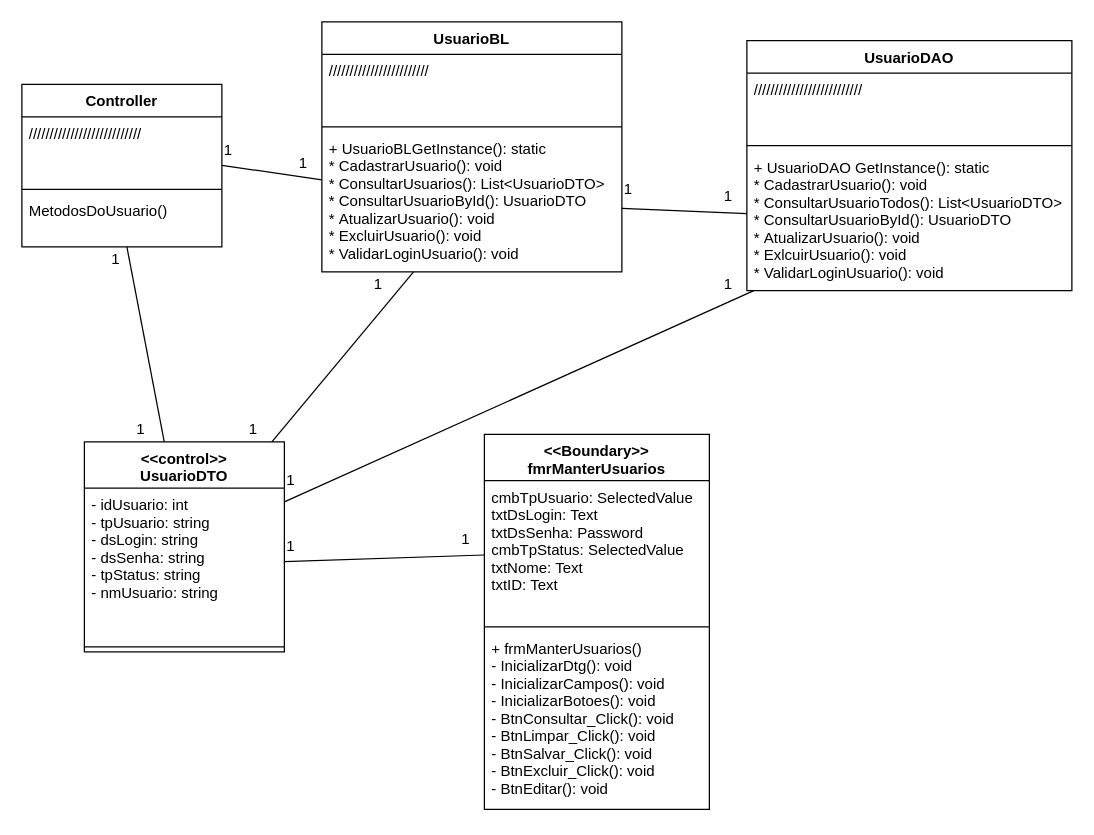
Earlier version of the draw.io diagram Documentação/Diagramas/Diagrama de Classes/ManterUsuarios.drawio (System4Developers/pimADS4). Source tidied: cells renumbered, new cells numbered last; positions are measured from the earlier drawing's top-left corner, leaving out a move shared by most shapes. Both pictures are drawn from the tidied source at 125%, with x=0, y=0 at pixel (21, 21).
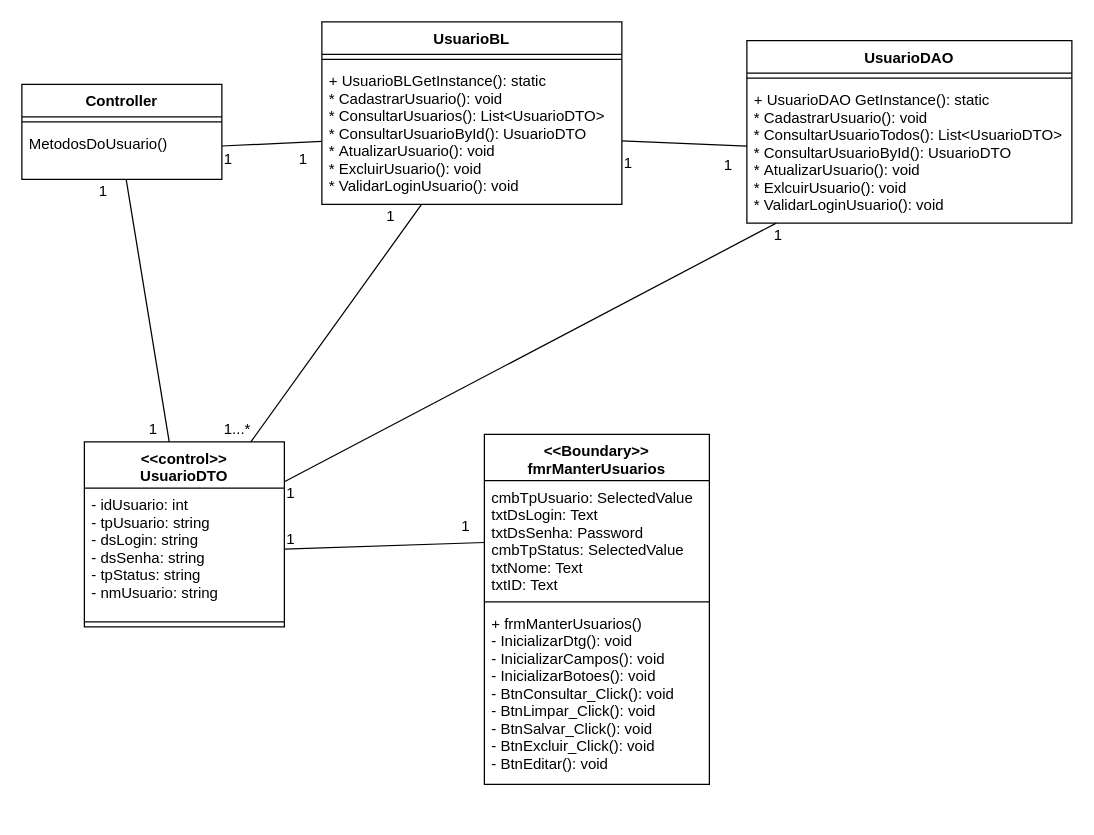
The same page after the edit.

Change to the diagram source:
```diff
@@
     <mxCell id="2" value="&lt;&lt;Boundary&gt;&gt;&#10;fmrManterUsuarios" style="swimlane;fontStyle=1;align=center;verticalAlign=top;horizontal=1;startSize=37;" parent="1" vertex="1">
-      <mxGeometry x="370" y="330" width="180" height="300" as="geometry" />
+      <mxGeometry x="370" y="330" width="180" height="280" as="geometry" />
     </mxCell>
     <mxCell id="3" value="cmbTpUsuario: SelectedValue&#10;txtDsLogin: Text&#10;txtDsSenha: Password &#10;cmbTpStatus: SelectedValue&#10;txtNome: Text &#10;txtID: Text" style="text;strokeColor=none;fillColor=none;align=left;verticalAlign=top;spacingLeft=4;spacingRight=4;overflow=hidden;points=[[0,0.5],[1,0.5]];portConstraint=eastwest;" parent="2" vertex="1">
-      <mxGeometry y="37" width="180" height="113" as="geometry" />
+      <mxGeometry y="37" width="180" height="93" as="geometry" />
     </mxCell>
     <mxCell id="4" style="line;strokeWidth=1;fillColor=none;align=left;verticalAlign=middle;spacingTop=-1;spacingLeft=3;spacingRight=3;labelPosition=right;" parent="2" vertex="1">
-      <mxGeometry y="150" width="180" height="8" as="geometry" />
+      <mxGeometry y="130" width="180" height="8" as="geometry" />
     </mxCell>
     <mxCell id="5" value="+ frmManterUsuarios()&#10;- InicializarDtg(): void&#10;- InicializarCampos(): void&#10;- InicializarBotoes(): void&#10;- BtnConsultar_Click(): void&#10;- BtnLimpar_Click(): void&#10;- BtnSalvar_Click(): void&#10;- BtnExcluir_Click(): void&#10;- BtnEditar(): void" style="text;strokeColor=none;fillColor=none;align=left;verticalAlign=top;spacingLeft=4;spacingRight=4;overflow=hidden;" parent="2" vertex="1">
-      <mxGeometry y="158" width="180" height="142" as="geometry" />
+      <mxGeometry y="138" width="180" height="142" as="geometry" />
     </mxCell>
     <mxCell id="6" value="&lt;&lt;control&gt;&gt;&#10;UsuarioDTO" style="swimlane;fontStyle=1;align=center;verticalAlign=top;horizontal=1;startSize=37;" parent="1" vertex="1">
-      <mxGeometry x="50" y="336" width="160" height="168" as="geometry" />
+      <mxGeometry x="50" y="336" width="160" height="148" as="geometry" />
     </mxCell>
     <mxCell id="7" value="- idUsuario: int&#10;- tpUsuario: string&#10;- dsLogin: string&#10;- dsSenha: string&#10;- tpStatus: string&#10;- nmUsuario: string" style="text;strokeColor=none;fillColor=none;align=left;verticalAlign=top;spacingLeft=4;spacingRight=4;overflow=hidden;points=[[0,0.5],[1,0.5]];portConstraint=eastwest;" parent="6" vertex="1">
-      <mxGeometry y="37" width="160" height="123" as="geometry" />
+      <mxGeometry y="37" width="160" height="103" as="geometry" />
     </mxCell>
     <mxCell id="8" style="line;strokeWidth=1;fillColor=none;align=left;verticalAlign=middle;spacingTop=-1;spacingLeft=3;spacingRight=3;labelPosition=right;" parent="6" vertex="1">
-      <mxGeometry y="160" width="160" height="8" as="geometry" />
+      <mxGeometry y="140" width="160" height="8" as="geometry" />
     </mxCell>
     <mxCell id="9" value="Controller" style="swimlane;fontStyle=1;align=center;verticalAlign=top;horizontal=1;startSize=26;" parent="1" vertex="1">
-      <mxGeometry y="50" width="160" height="130" as="geometry" />
+      <mxGeometry y="50" width="160" height="76" as="geometry" />
     </mxCell>
-    <mxCell id="10" value="///////////////////////////" style="text;strokeColor=none;fillColor=none;align=left;verticalAlign=top;spacingLeft=4;spacingRight=4;overflow=hidden;points=[[0,0.5],[1,0.5]];portConstraint=eastwest;" parent="9" vertex="1">
-      <mxGeometry y="26" width="160" height="54" as="geometry" />
-    </mxCell>
     <mxCell id="11" style="line;strokeWidth=1;fillColor=none;align=left;verticalAlign=middle;spacingTop=-1;spacingLeft=3;spacingRight=3;labelPosition=right;" parent="9" vertex="1">
-      <mxGeometry y="80" width="160" height="8" as="geometry" />
+      <mxGeometry y="26" width="160" height="8" as="geometry" />
     </mxCell>
     <mxCell id="12" value="MetodosDoUsuario()" style="text;strokeColor=none;fillColor=none;align=left;verticalAlign=top;spacingLeft=4;spacingRight=4;overflow=hidden;points=[[0,0.5],[1,0.5]];portConstraint=eastwest;" parent="9" vertex="1">
-      <mxGeometry y="88" width="160" height="42" as="geometry" />
+      <mxGeometry y="34" width="160" height="42" as="geometry" />
     </mxCell>
     <mxCell id="13" value="UsuarioBL" style="swimlane;fontStyle=1;align=center;verticalAlign=top;horizontal=1;startSize=26;" parent="1" vertex="1">
-      <mxGeometry x="240" width="240" height="200" as="geometry" />
+      <mxGeometry x="240" width="240" height="146" as="geometry" />
     </mxCell>
-    <mxCell id="14" value="////////////////////////" style="text;strokeColor=none;fillColor=none;align=left;verticalAlign=top;spacingLeft=4;spacingRight=4;overflow=hidden;" parent="13" vertex="1">
-      <mxGeometry y="26" width="240" height="54" as="geometry" />
-    </mxCell>
     <mxCell id="15" style="line;strokeWidth=1;fillColor=none;align=left;verticalAlign=middle;spacingTop=-1;spacingLeft=3;spacingRight=3;labelPosition=right;" parent="13" vertex="1">
-      <mxGeometry y="80" width="240" height="8" as="geometry" />
+      <mxGeometry y="26" width="240" height="8" as="geometry" />
     </mxCell>
     <mxCell id="16" value="+ UsuarioBLGetInstance(): static&#10;* CadastrarUsuario(): void&#10;* ConsultarUsuarios(): List&lt;UsuarioDTO&gt;&#10;* ConsultarUsuarioById(): UsuarioDTO&#10;* AtualizarUsuario(): void&#10;* ExcluirUsuario(): void&#10;* ValidarLoginUsuario(): void&#10;" style="text;strokeColor=none;fillColor=none;align=left;verticalAlign=top;spacingLeft=4;spacingRight=4;overflow=hidden;points=[[0,0.5],[1,0.5]];portConstraint=eastwest;" parent="13" vertex="1">
-      <mxGeometry y="88" width="240" height="112" as="geometry" />
+      <mxGeometry y="34" width="240" height="112" as="geometry" />
     </mxCell>
     <mxCell id="17" value="UsuarioDAO" style="swimlane;fontStyle=1;align=center;verticalAlign=top;horizontal=1;startSize=26;" parent="1" vertex="1">
-      <mxGeometry x="580" y="15" width="260" height="200" as="geometry" />
+      <mxGeometry x="580" y="15" width="260" height="146" as="geometry" />
     </mxCell>
-    <mxCell id="18" value="//////////////////////////" style="text;strokeColor=none;fillColor=none;align=left;verticalAlign=top;spacingLeft=4;spacingRight=4;overflow=hidden;" parent="17" vertex="1">
-      <mxGeometry y="26" width="260" height="54" as="geometry" />
-    </mxCell>
     <mxCell id="19" style="line;strokeWidth=1;fillColor=none;align=left;verticalAlign=middle;spacingTop=-1;spacingLeft=3;spacingRight=3;labelPosition=right;" parent="17" vertex="1">
-      <mxGeometry y="80" width="260" height="8" as="geometry" />
+      <mxGeometry y="26" width="260" height="8" as="geometry" />
     </mxCell>
     <mxCell id="20" value="+ UsuarioDAO GetInstance(): static&#10;* CadastrarUsuario(): void&#10;* ConsultarUsuarioTodos(): List&lt;UsuarioDTO&gt;&#10;* ConsultarUsuarioById(): UsuarioDTO&#10;* AtualizarUsuario(): void&#10;* ExlcuirUsuario(): void&#10;* ValidarLoginUsuario(): void" style="text;strokeColor=none;fillColor=none;align=left;verticalAlign=top;spacingLeft=4;spacingRight=4;overflow=hidden;points=[[0,0.5],[1,0.5]];portConstraint=eastwest;" parent="17" vertex="1">
-      <mxGeometry y="88" width="260" height="112" as="geometry" />
+      <mxGeometry y="34" width="260" height="112" as="geometry" />
     </mxCell>
@@
-    <mxCell id="25" style="endArrow=none;html=1;" parent="1" edge="1" source="10" target="16">
-      <mxGeometry relative="1" as="geometry" />
+    <mxCell id="25" style="endArrow=none;html=1;" parent="1" edge="1" target="16">
+      <mxGeometry relative="1" as="geometry">
+        <mxPoint x="160" y="99.3" as="sourcePoint" />
+      </mxGeometry>
     </mxCell>
@@
     <mxCell id="27" value="1" style="text;html=1;align=left;verticalAlign=top;spacingTop=-4;" parent="1" vertex="1">
-      <mxGeometry x="480" y="124" width="20" height="20" as="geometry" />
+      <mxGeometry x="480" y="103" width="20" height="20" as="geometry" />
     </mxCell>
     <mxCell id="28" value="1" style="text;html=1;align=left;verticalAlign=top;spacingTop=-4;" parent="1" vertex="1">
-      <mxGeometry x="560" y="130" width="20" height="20" as="geometry" />
+      <mxGeometry x="560" y="105" width="20" height="20" as="geometry" />
     </mxCell>
     <mxCell id="29" value="1" style="text;html=1;align=left;verticalAlign=top;spacingTop=-4;" parent="1" vertex="1">
-      <mxGeometry x="160" y="93" width="20" height="20" as="geometry" />
+      <mxGeometry x="160" y="100" width="20" height="20" as="geometry" />
     </mxCell>
     <mxCell id="30" value="1" style="text;html=1;align=left;verticalAlign=top;spacingTop=-4;" parent="1" vertex="1">
-      <mxGeometry x="220" y="103" width="20" height="20" as="geometry" />
+      <mxGeometry x="220" y="100" width="20" height="20" as="geometry" />
     </mxCell>
     <mxCell id="31" value="1" style="text;html=1;align=left;verticalAlign=top;spacingTop=-4;" parent="1" vertex="1">
-      <mxGeometry x="70" y="180" width="20" height="20" as="geometry" />
+      <mxGeometry x="60" y="126" width="20" height="20" as="geometry" />
     </mxCell>
     <mxCell id="32" value="1" style="text;html=1;align=left;verticalAlign=top;spacingTop=-4;" parent="1" vertex="1">
-      <mxGeometry x="90" y="316" width="20" height="20" as="geometry" />
+      <mxGeometry x="100" y="316" width="20" height="20" as="geometry" />
     </mxCell>
     <mxCell id="33" value="1" style="text;html=1;align=left;verticalAlign=top;spacingTop=-4;" parent="1" vertex="1">
-      <mxGeometry x="280" y="200" width="20" height="20" as="geometry" />
+      <mxGeometry x="290" y="146" width="20" height="20" as="geometry" />
     </mxCell>
-    <mxCell id="34" value="1" style="text;html=1;align=left;verticalAlign=top;spacingTop=-4;" parent="1" vertex="1">
-      <mxGeometry x="180" y="316" width="20" height="20" as="geometry" />
+    <mxCell id="34" value="1...*" style="text;html=1;align=left;verticalAlign=top;spacingTop=-4;" parent="1" vertex="1">
+      <mxGeometry x="160" y="316" width="40" height="20" as="geometry" />
     </mxCell>
     <mxCell id="35" value="1" style="text;html=1;align=left;verticalAlign=top;spacingTop=-4;" parent="1" vertex="1">
-      <mxGeometry x="210" y="357" width="20" height="20" as="geometry" />
+      <mxGeometry x="210" y="367" width="20" height="20" as="geometry" />
     </mxCell>
     <mxCell id="36" value="1" style="text;html=1;align=left;verticalAlign=top;spacingTop=-4;" parent="1" vertex="1">
-      <mxGeometry x="560" y="200" width="20" height="20" as="geometry" />
+      <mxGeometry x="600" y="161" width="20" height="20" as="geometry" />
     </mxCell>
     <mxCell id="37" value="1" style="text;html=1;align=left;verticalAlign=top;spacingTop=-4;" parent="1" vertex="1">
-      <mxGeometry x="210" y="410" width="20" height="20" as="geometry" />
+      <mxGeometry x="210" y="403.5" width="20" height="20" as="geometry" />
     </mxCell>
     <mxCell id="38" value="1" style="text;html=1;align=left;verticalAlign=top;spacingTop=-4;" parent="1" vertex="1">
-      <mxGeometry x="350" y="403.5" width="20" height="20" as="geometry" />
+      <mxGeometry x="350" y="393.5" width="20" height="20" as="geometry" />
     </mxCell>
```
